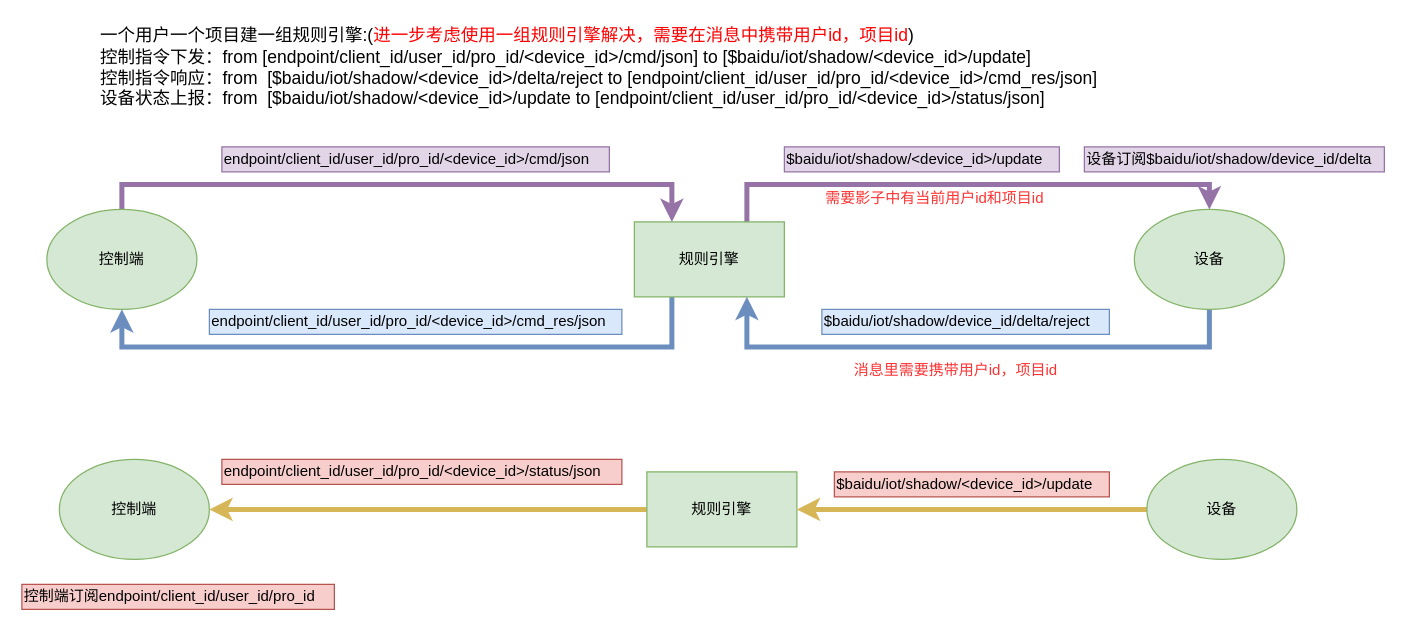
The draw.io diagram 2B_topic_rule.drawio in soszrg/uml, before the edit. Source tidied: cells renumbered, new cells numbered last; positions are measured from the earlier drawing's top-left corner, leaving out a move shared by most shapes. Both pictures are drawn from the tidied source at 125%, with x=0, y=0 at pixel (21, 21).
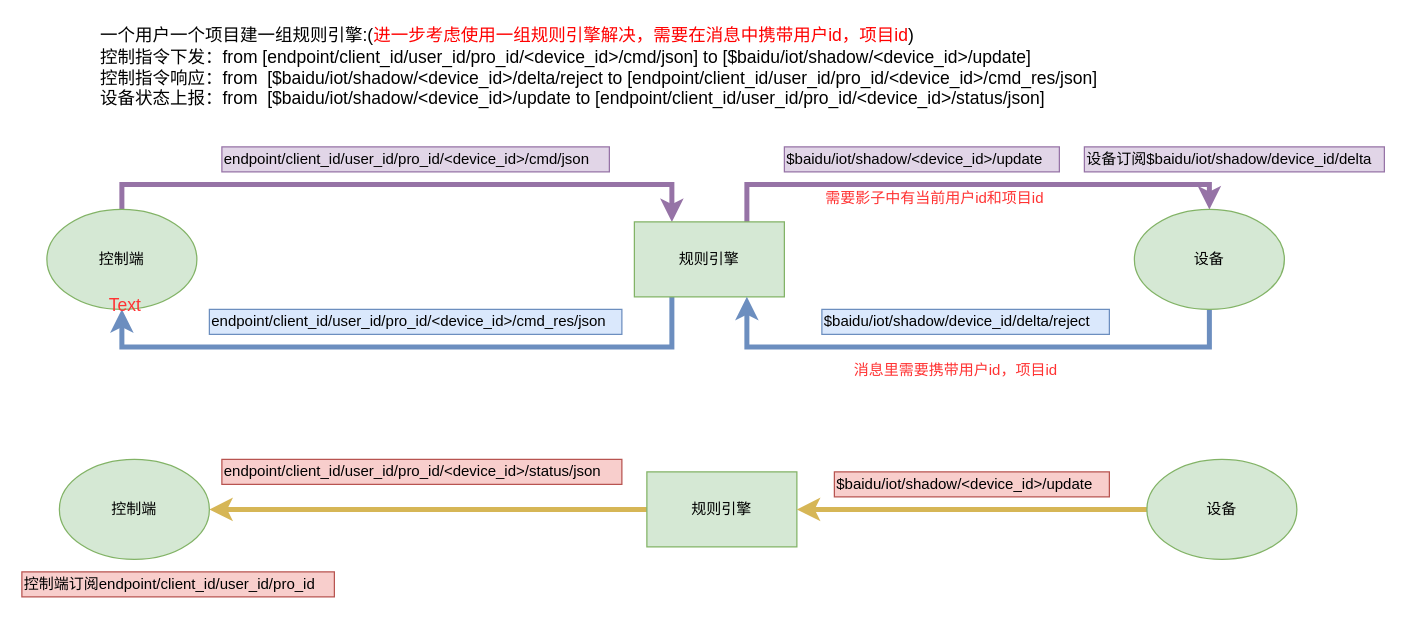
After the change.

Diff of the diagram source:
```diff
@@
     <mxCell id="24" value="控制端订阅endpoint/client_id/user_id/pro_id" style="text;html=1;align=left;verticalAlign=top;spacingTop=-4;fillColor=#f8cecc;strokeColor=#b85450;" parent="1" vertex="1">
-      <mxGeometry y="450" width="250" height="20" as="geometry" />
+      <mxGeometry y="440" width="250" height="20" as="geometry" />
     </mxCell>
+    <mxCell id="25" value="Text" style="text;html=1;align=left;verticalAlign=top;spacingTop=-4;fontSize=14;fontColor=#FF3333;" parent="1" vertex="1">
+      <mxGeometry x="68" y="216" width="40" height="20" as="geometry" />
+    </mxCell>
```
